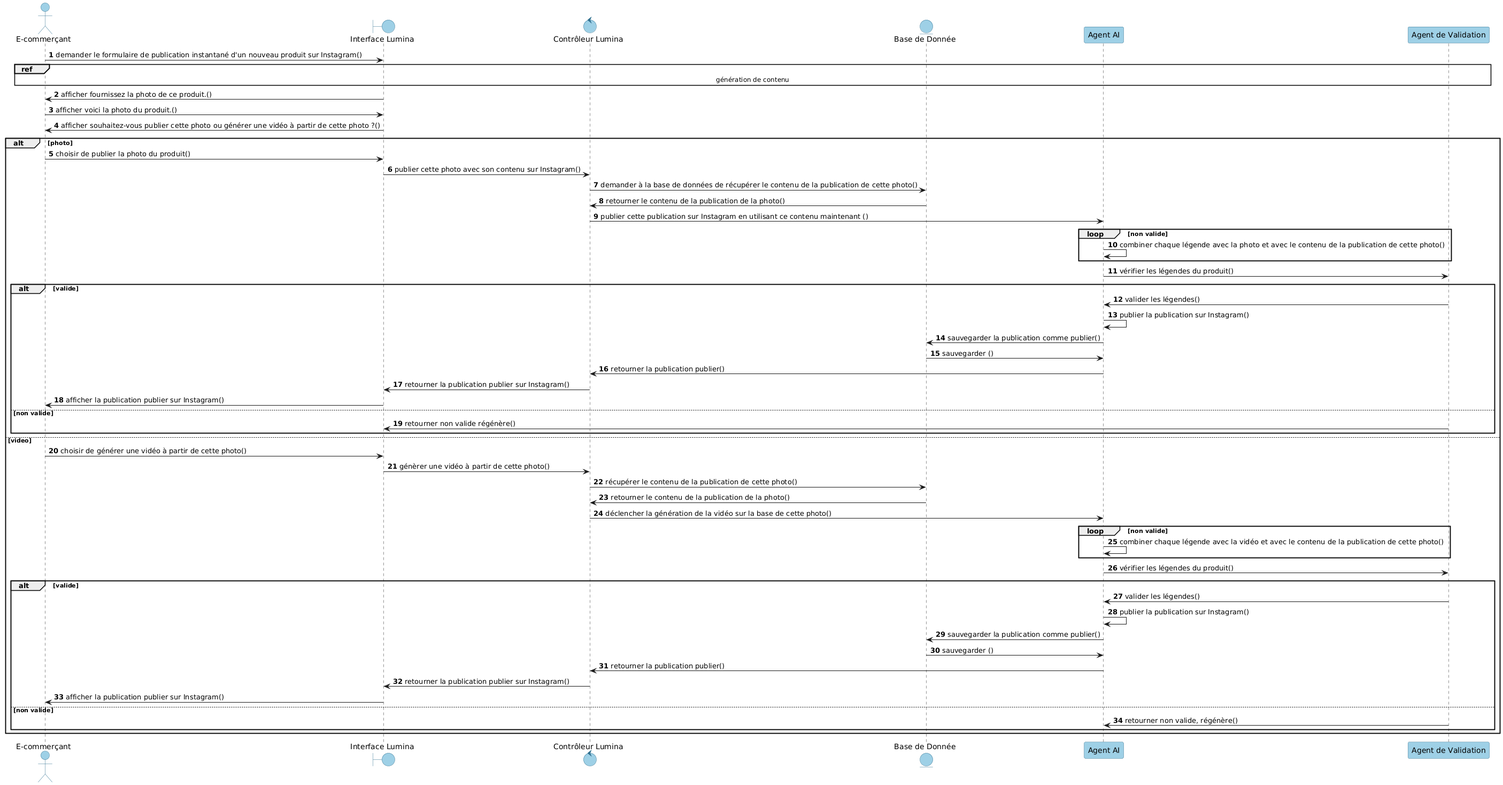
Before: conception/publucationsequence/publication instantannée d'un nouveaux produit sur Instagram.png, a diagram exported from PlantUML (MahdiBelguith/E-commerce-Lunmina). The source it was exported from:
```plantuml
@startuml
autonumber
skinparam backgroundColor white

skinparam participant {
    BackgroundColor #9ED0E6
    BorderColor #2F6F8F
    FontColor black
}

skinparam actor {
    BackgroundColor #9ED0E6
    BorderColor #2F6F8F
    FontColor black
}

skinparam entity {
    BackgroundColor #9ED0E6
    BorderColor #2F6F8F
    FontColor black
}

skinparam boundary {
    BackgroundColor #9ED0E6
    BorderColor #2F6F8F
    FontColor black
}
skinparam control {
    BackgroundColor #9ED0E6
    BorderColor #2F6F8F
    FontColor black
}
actor "E-commerçant" as User
boundary "Interface Lumina" as UI
control "Contrôleur Lumina" as Controller
Entity "Base de Donnée" as DB
participant "Agent AI" as AI
participant "Agent de Validation" as Validator

User -> UI :  demander le formulaire de publication instantané d'un nouveau produit sur Instagram()
ref over User, UI, Controller, DB , AI , Validator
     génération de contenu
end ref
UI -> User : afficher fournissez la photo de ce produit.()
User -> UI : afficher voici la photo du produit.()
            UI ->User : afficher souhaitez-vous publier cette photo ou générer une vidéo à partir de cette photo ?()
            alt photo
                User -> UI : choisir de publier la photo du produit()
                UI -> Controller : publier cette photo avec son contenu sur Instagram()
                Controller -> DB : demander à la base de données de récupérer le contenu de la publication de cette photo()
                DB -> Controller : retourner le contenu de la publication de la photo()
                Controller -> AI : publier cette publication sur Instagram en utilisant ce contenu maintenant ()
                loop non valide
                    AI -> AI :combiner chaque légende avec la photo et avec le contenu de la publication de cette photo()
                end loop
                AI -> Validator : vérifier les légendes du produit()
                alt valide
                    Validator -> AI : valider les légendes()
                    AI -> AI : publier la publication sur Instagram()
                    AI -> DB : sauvegarder la publication comme publier()
                    DB -> AI : sauvegarder ()
                    AI -> Controller : retourner la publication publier()
                    Controller -> UI : retourner la publication publier sur Instagram()
                    UI  -> User : afficher la publication publier sur Instagram()
                else non valide
                    Validator ->UI : retourner non valide régénère()
                end
            else video
                User -> UI : choisir de générer une vidéo à partir de cette photo()
                UI -> Controller : génèrer une vidéo à partir de cette photo()
                Controller -> DB : récupérer le contenu de la publication de cette photo()
                DB -> Controller : retourner le contenu de la publication de la photo()
                Controller -> AI : déclencher la génération de la vidéo sur la base de cette photo()
                loop non valide
                    AI -> AI :combiner chaque légende avec la vidéo et avec le contenu de la publication de cette photo()
                end loop
                AI -> Validator : vérifier les légendes du produit()
                alt valide
                    Validator -> AI : valider les légendes()
                    AI -> AI : publier la publication sur Instagram()
                    AI -> DB : sauvegarder la publication comme publier()
                    DB -> AI : sauvegarder ()
                    AI -> Controller : retourner la publication publier()
                    Controller -> UI : retourner la publication publier sur Instagram()
                    UI  -> User : afficher la publication publier sur Instagram()
                else non valide
                    Validator -> AI : retourner non valide, régénère()
                end
            end
@enduml
```
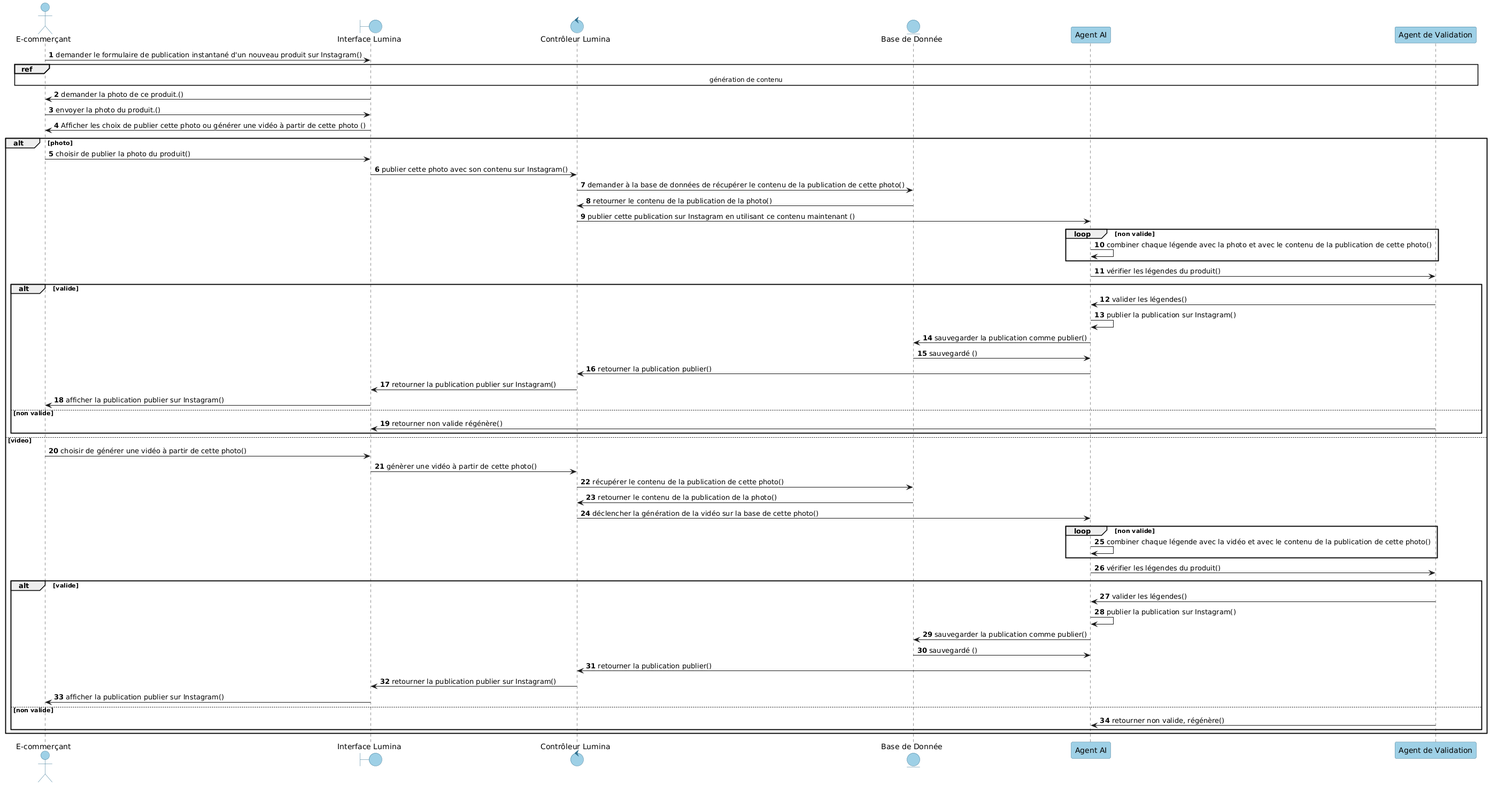
After the commit.

Change to the diagram source:
```diff
@@ -41,9 +41,9 @@
 ref over User, UI, Controller, DB , AI , Validator
      génération de contenu
 end ref
-UI -> User : afficher fournissez la photo de ce produit.()
-User -> UI : afficher voici la photo du produit.()
-            UI ->User : afficher souhaitez-vous publier cette photo ou générer une vidéo à partir de cette photo ?()
+UI -> User : demander la photo de ce produit.()
+User -> UI : envoyer la photo du produit.()
+            UI ->User : Afficher les choix de publier cette photo ou générer une vidéo à partir de cette photo ()
             alt photo
                 User -> UI : choisir de publier la photo du produit()
                 UI -> Controller : publier cette photo avec son contenu sur Instagram()
@@ -58,7 +58,7 @@
                     Validator -> AI : valider les légendes()
                     AI -> AI : publier la publication sur Instagram()
                     AI -> DB : sauvegarder la publication comme publier()
-                    DB -> AI : sauvegarder ()
+                    DB -> AI : sauvegardé ()
                     AI -> Controller : retourner la publication publier()
                     Controller -> UI : retourner la publication publier sur Instagram()
                     UI  -> User : afficher la publication publier sur Instagram()
@@ -79,7 +79,7 @@
                     Validator -> AI : valider les légendes()
                     AI -> AI : publier la publication sur Instagram()
                     AI -> DB : sauvegarder la publication comme publier()
-                    DB -> AI : sauvegarder ()
+                    DB -> AI : sauvegardé ()
                     AI -> Controller : retourner la publication publier()
                     Controller -> UI : retourner la publication publier sur Instagram()
                     UI  -> User : afficher la publication publier sur Instagram()
```
